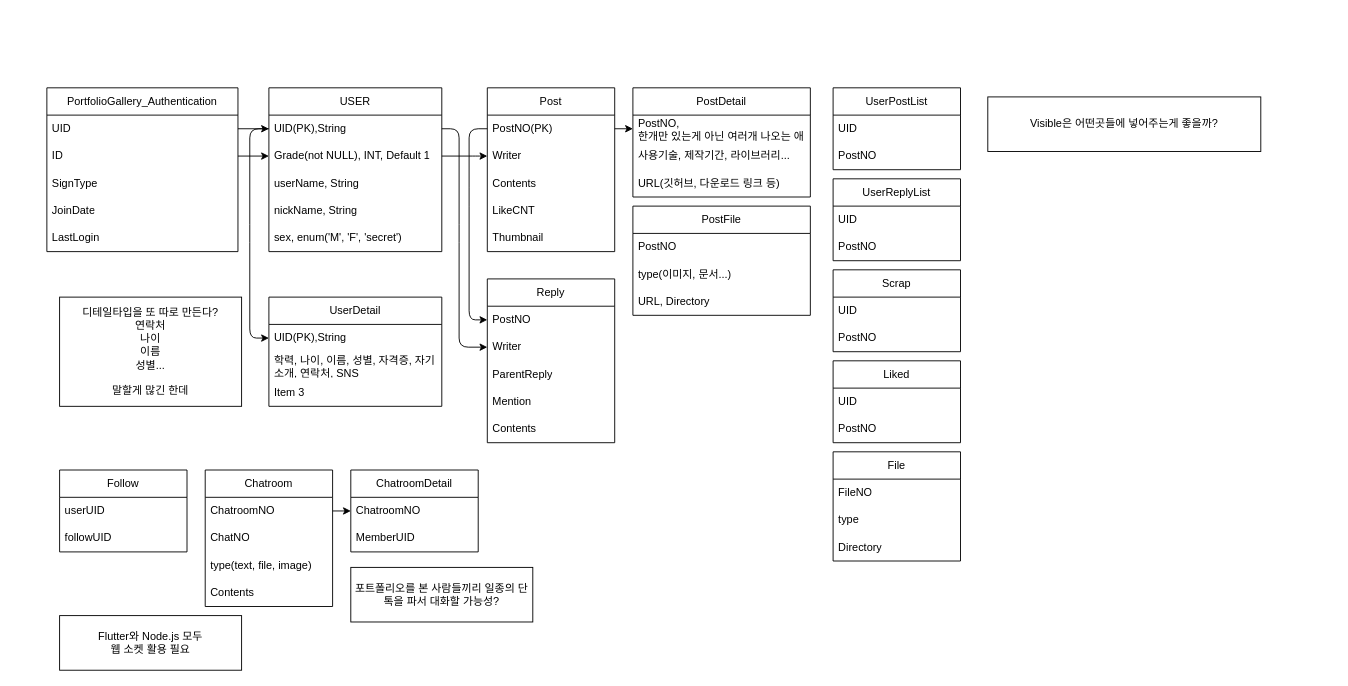
The draw.io diagram ERD.drawio in NewChoBo/portfolio_gallery_NodeJS, before the edit. Source tidied: cells renumbered, new cells numbered last; positions are measured from the earlier drawing's top-left corner, leaving out a move shared by most shapes. Both pictures are drawn from the tidied source at 91%, with x=0, y=0 at pixel (46, 87).
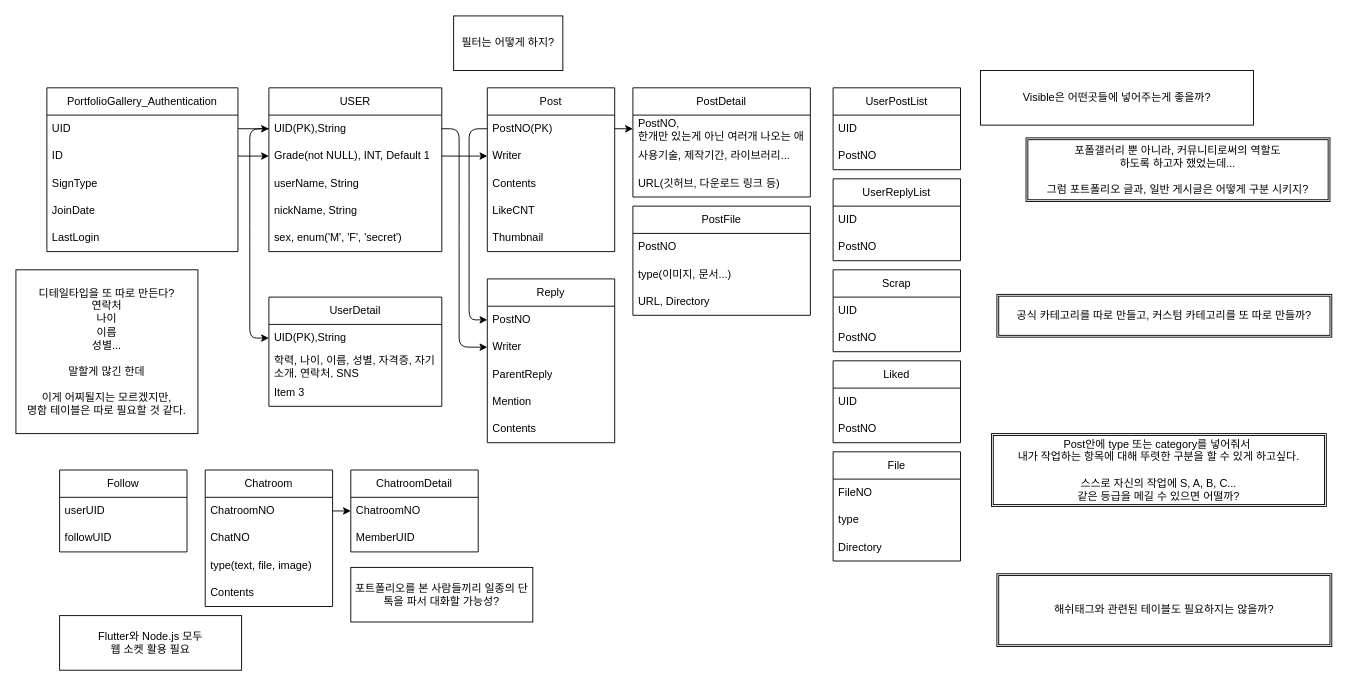
After the change.

Commit message:
호스팅을 어떻게 해야 하나...

Diff of the diagram source:
```diff
@@
-    <mxCell id="73" value="디테일타입을 또 따로 만든다?&lt;br&gt;연락처&lt;br&gt;나이&lt;br&gt;이름&lt;br&gt;성별...&lt;br&gt;&lt;br&gt;말할게 많긴 한데" style="whiteSpace=wrap;html=1;rounded=0;glass=0;" parent="1" vertex="1">
-      <mxGeometry x="14" y="230" width="200" height="120" as="geometry" />
+    <mxCell id="73" value="디테일타입을 또 따로 만든다?&lt;br&gt;연락처&lt;br&gt;나이&lt;br&gt;이름&lt;br&gt;성별...&lt;br&gt;&lt;br&gt;말할게 많긴 한데&lt;br&gt;&lt;br&gt;이게 어찌될지는 모르겠지만, &lt;br&gt;명함 테이블은 따로 필요할 것 같다." style="whiteSpace=wrap;html=1;rounded=0;glass=0;" parent="1" vertex="1">
+      <mxGeometry x="-34" y="200" width="200" height="180" as="geometry" />
     </mxCell>
@@
     <mxCell id="76" value="Visible은 어떤곳들에 넣어주는게 좋을까?" style="whiteSpace=wrap;html=1;rounded=0;glass=0;" parent="1" vertex="1">
-      <mxGeometry x="1034" y="10" width="300" height="60" as="geometry" />
+      <mxGeometry x="1026" y="-19" width="300" height="60" as="geometry" />
     </mxCell>
+    <mxCell id="77" value="포폴갤러리 뿐 아니라,&amp;nbsp;커뮤니티로써의 역할도 &lt;br&gt;하도록 하고자 했었는데...&lt;br&gt;&lt;br&gt;그럼 포트폴리오 글과, 일반 게시글은 어떻게 구분 시키지?" style="shape=ext;double=1;rounded=0;whiteSpace=wrap;html=1;glass=0;" parent="1" vertex="1">
+      <mxGeometry x="1076" y="55" width="334" height="70" as="geometry" />
+    </mxCell>
+    <mxCell id="78" value="Post안에 type 또는 category를 넣어줘서&amp;nbsp;&lt;br&gt;내가 작업하는 항목에 대해 뚜렷한 구분을 할 수 있게 하고싶다.&lt;br&gt;&lt;br&gt;스스로 자신의 작업에 S, A, B, C... &lt;br&gt;같은 등급을 메길 수 있으면 어떨까?" style="shape=ext;double=1;rounded=0;whiteSpace=wrap;html=1;glass=0;" parent="1" vertex="1">
+      <mxGeometry x="1038" y="380" width="368" height="80" as="geometry" />
+    </mxCell>
+    <mxCell id="79" value="공식 카테고리를 따로 만들고, 커스텀 카테고리를 또 따로 만들까?" style="shape=ext;double=1;rounded=0;whiteSpace=wrap;html=1;glass=0;" parent="1" vertex="1">
+      <mxGeometry x="1044" y="227" width="368" height="47" as="geometry" />
+    </mxCell>
+    <mxCell id="80" value="해쉬태그와 관련된 테이블도 필요하지는 않을까?" style="shape=ext;double=1;rounded=0;whiteSpace=wrap;html=1;glass=0;" parent="1" vertex="1">
+      <mxGeometry x="1044" y="534" width="368" height="80" as="geometry" />
+    </mxCell>
+    <mxCell id="81" value="필터는 어떻게 하지?" style="rounded=0;whiteSpace=wrap;html=1;glass=0;" parent="1" vertex="1">
+      <mxGeometry x="447" y="-79" width="120" height="60" as="geometry" />
+    </mxCell>
```
